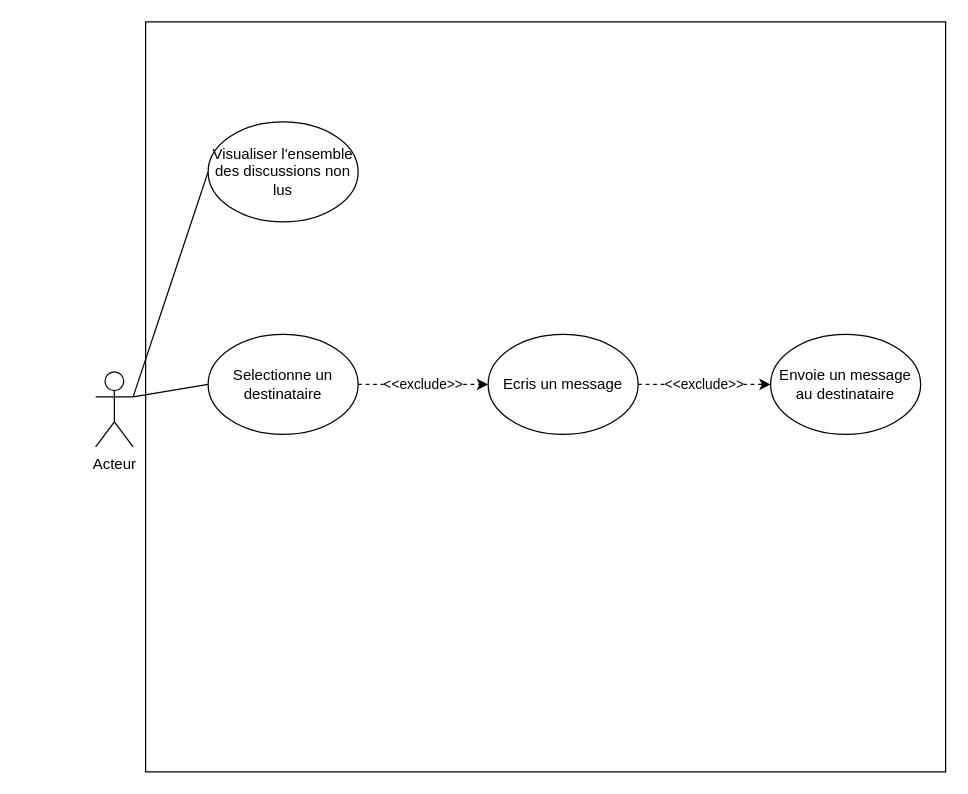
The draw.io diagram user_case_interface_de_chat.drawio in Creaprog/P10_01042022, before the edit. Source tidied: cells renumbered, new cells numbered last; positions are measured from the earlier drawing's top-left corner, leaving out a move shared by most shapes. Both pictures are drawn from the tidied source at 125%, with x=0, y=0 at pixel (95, 21).
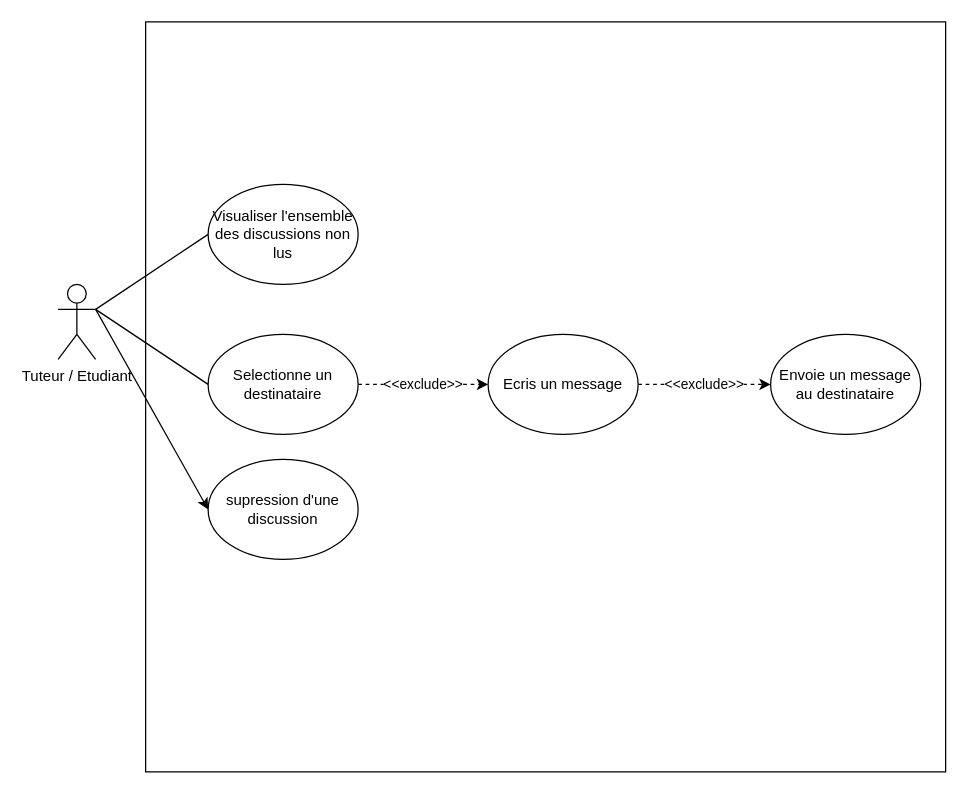
Above is the later version.

Change to the diagram source:
```diff
@@
-<mxGraphModel>
+<mxGraphModel background="#ffffff">
   <root>
     <mxCell id="0" />
     <mxCell id="1" parent="0" />
-    <mxCell id="2" value="Acteur" style="shape=umlActor;verticalLabelPosition=bottom;verticalAlign=top;html=1;outlineConnect=0;" parent="1" vertex="1">
-      <mxGeometry y="280" width="30" height="60" as="geometry" />
+    <mxCell id="2" value="Tuteur / Etudiant" style="shape=umlActor;verticalLabelPosition=bottom;verticalAlign=top;html=1;outlineConnect=0;" parent="1" vertex="1">
+      <mxGeometry x="-30" y="210" width="30" height="60" as="geometry" />
     </mxCell>
     <mxCell id="3" style="rounded=0;whiteSpace=wrap;html=1;" parent="1" vertex="1">
       <mxGeometry x="40" width="640" height="600" as="geometry" />
     </mxCell>
     <mxCell id="4" value="Visualiser l'ensemble des discussions non lus" style="ellipse;whiteSpace=wrap;html=1;" parent="1" vertex="1">
-      <mxGeometry x="90" y="80" width="120" height="80" as="geometry" />
+      <mxGeometry x="90" y="130" width="120" height="80" as="geometry" />
     </mxCell>
     <mxCell id="5" value="&amp;lt;&amp;lt;exclude&amp;gt;&amp;gt;" style="edgeStyle=none;html=1;exitX=1;exitY=0.5;exitDx=0;exitDy=0;dashed=1;" parent="1" edge="1" source="6" target="10">
       <mxGeometry relative="1" as="geometry" />
     </mxCell>
     <mxCell id="6" value="Selectionne un destinataire" style="ellipse;whiteSpace=wrap;html=1;" parent="1" vertex="1">
       <mxGeometry x="90" y="250" width="120" height="80" as="geometry" />
     </mxCell>
     <mxCell id="7" style="endArrow=none;html=1;exitX=1;exitY=0.3333333333333333;exitDx=0;exitDy=0;exitPerimeter=0;entryX=0;entryY=0.5;entryDx=0;entryDy=0;" parent="1" edge="1" source="2" target="4">
       <mxGeometry relative="1" as="geometry" />
     </mxCell>
     <mxCell id="8" style="endArrow=none;html=1;exitX=1;exitY=0.3333333333333333;exitDx=0;exitDy=0;exitPerimeter=0;entryX=0;entryY=0.5;entryDx=0;entryDy=0;" parent="1" edge="1" source="2" target="6">
       <mxGeometry relative="1" as="geometry" />
     </mxCell>
     <mxCell id="9" value="&amp;lt;&amp;lt;exclude&amp;gt;&amp;gt;" style="edgeStyle=none;html=1;exitX=1;exitY=0.5;exitDx=0;exitDy=0;dashed=1;" parent="1" edge="1" source="10" target="11">
       <mxGeometry relative="1" as="geometry" />
     </mxCell>
     <mxCell id="10" value="Ecris un message" style="ellipse;whiteSpace=wrap;html=1;" parent="1" vertex="1">
       <mxGeometry x="314" y="250" width="120" height="80" as="geometry" />
     </mxCell>
     <mxCell id="11" value="Envoie un message au destinataire" style="ellipse;whiteSpace=wrap;html=1;" parent="1" vertex="1">
       <mxGeometry x="540" y="250" width="120" height="80" as="geometry" />
     </mxCell>
+    <mxCell id="12" value="supression d'une discussion" style="ellipse;whiteSpace=wrap;html=1;" parent="1" vertex="1">
+      <mxGeometry x="90" y="350" width="120" height="80" as="geometry" />
+    </mxCell>
+    <mxCell id="13" style="endArrow=classic;html=1;entryX=0;entryY=0.5;entryDx=0;entryDy=0;exitX=1;exitY=0.3333333333333333;exitDx=0;exitDy=0;exitPerimeter=0;" parent="1" edge="1" source="2" target="12">
+      <mxGeometry relative="1" as="geometry" />
+    </mxCell>
   </root>
 </mxGraphModel>
```
